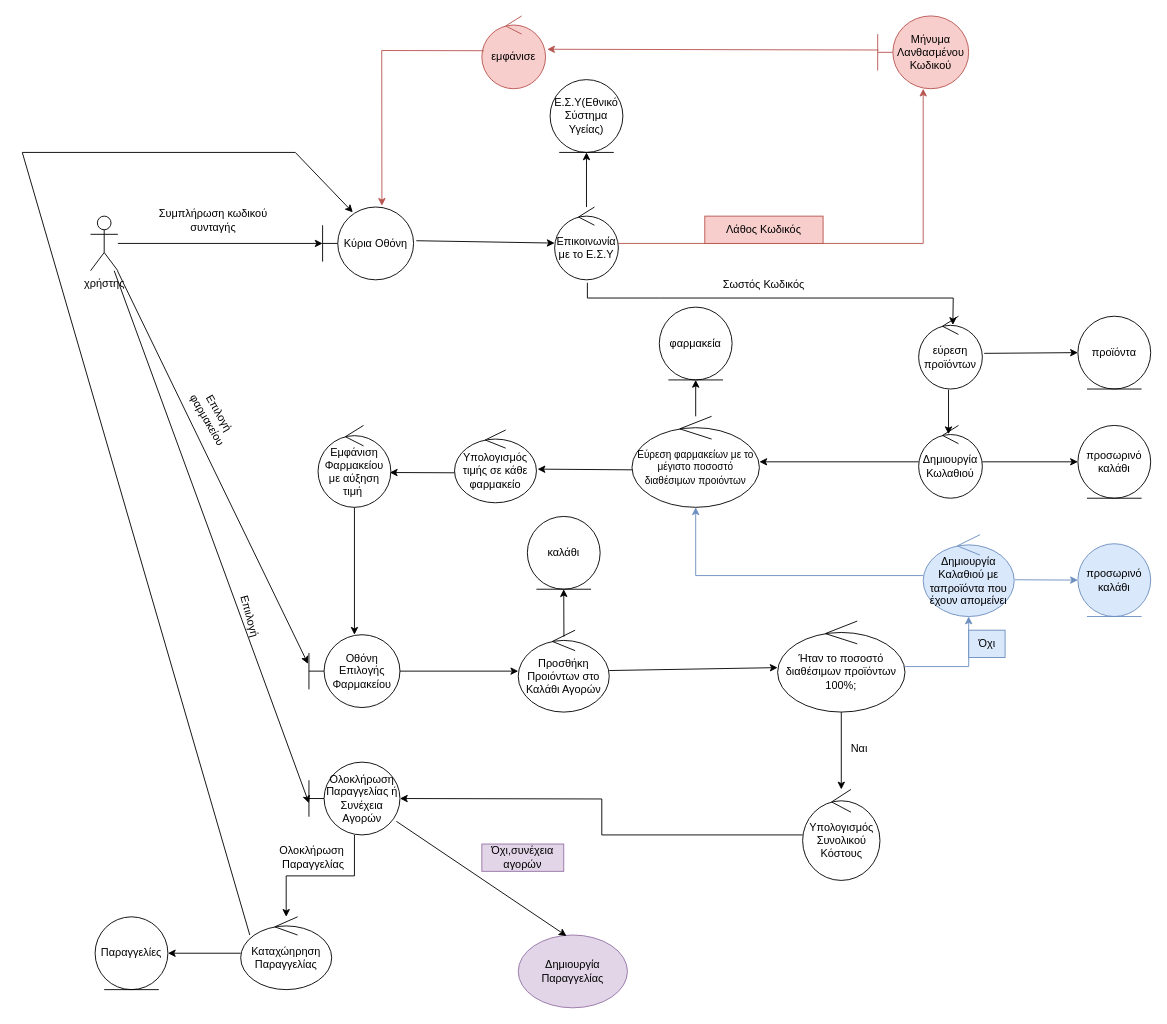
Earlier version of the draw.io diagram Παραδοτέο_4/robustness/use_case_2.drawio (Galenus-Pharmacy/GalenusPharmacies). Source tidied: cells renumbered, new cells numbered last; positions are measured from the earlier drawing's top-left corner, leaving out a move shared by most shapes. Both pictures are drawn from the tidied source at 91%, with x=0, y=0 at pixel (22, 15).
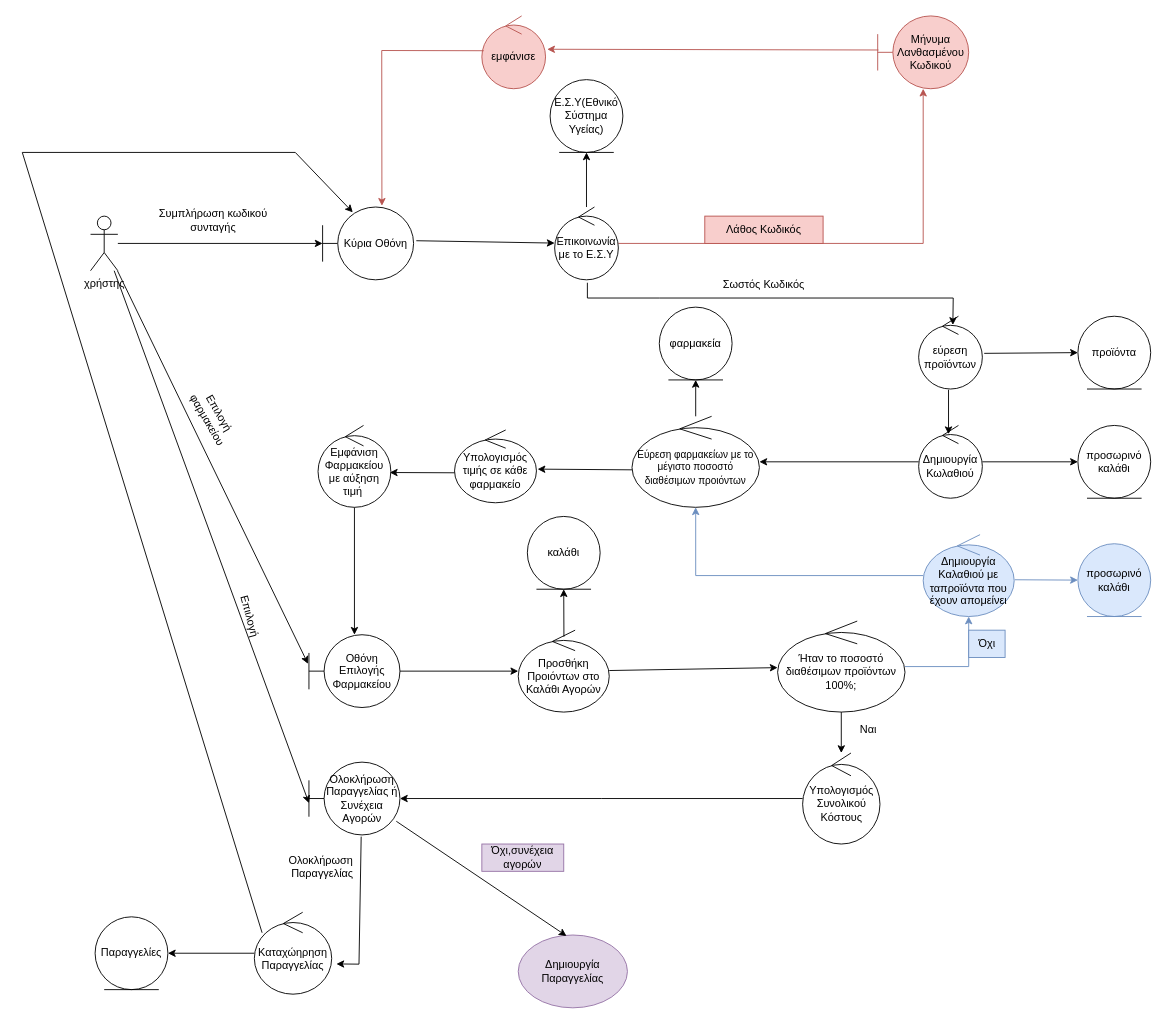
After the change.

Unchanged cells that the change refers to:
```xml
<mxCell id="47" value="Oλοκλήρωση Παραγγελίας ή Συνέχεια Αγορών" style="shape=umlBoundary;whiteSpace=wrap;html=1;" parent="1" vertex="1">
  <mxGeometry x="315" y="820" width="100" height="80" as="geometry" />
</mxCell>
```

Diff of the diagram source:
```diff
@@
     <mxCell id="33" value="Υπολογισμός Συνολικού Κόστους" style="ellipse;shape=umlControl;whiteSpace=wrap;html=1;" parent="1" vertex="1">
-      <mxGeometry x="857.5" y="850" width="85" height="100" as="geometry" />
+      <mxGeometry x="857.5" y="810" width="85" height="100" as="geometry" />
     </mxCell>
@@
     <mxCell id="36" value="Καταχώηρηση Παραγγελίας" style="ellipse;shape=umlControl;whiteSpace=wrap;html=1;" parent="1" vertex="1">
-      <mxGeometry x="240" y="990" width="100" height="80" as="geometry" />
+      <mxGeometry x="255" y="985" width="85" height="90" as="geometry" />
     </mxCell>
@@
-    <mxCell id="41" style="edgeStyle=orthogonalEdgeStyle;rounded=0;jettySize=auto;html=1;" parent="1" edge="1" source="47" target="36">
-      <mxGeometry relative="1" as="geometry" />
-    </mxCell>
     <mxCell id="42" value="Ναι" style="text;html=1;strokeColor=none;fillColor=none;align=center;verticalAlign=middle;whiteSpace=wrap;rounded=0;" parent="1" vertex="1">
-      <mxGeometry x="890" y="790" width="60" height="30" as="geometry" />
+      <mxGeometry x="900" y="770" width="60" height="30" as="geometry" />
     </mxCell>
@@
     <mxCell id="48" value="Ολοκλήρωση&amp;nbsp;&lt;br&gt;Παραγγελίας" style="text;html=1;strokeColor=none;fillColor=none;align=center;verticalAlign=middle;whiteSpace=wrap;rounded=0;" parent="1" vertex="1">
-      <mxGeometry x="290" y="910" width="60" height="30" as="geometry" />
+      <mxGeometry x="300" y="920" width="60" height="30" as="geometry" />
     </mxCell>
@@
+    <mxCell id="41" style="endArrow=classic;html=1;rounded=0;exitX=0.574;exitY=1.023;exitDx=0;exitDy=0;exitPerimeter=0;entryX=1.061;entryY=0.631;entryDx=0;entryDy=0;entryPerimeter=0;" parent="1" edge="1" source="47" target="36">
+      <mxGeometry relative="1" as="geometry">
+        <Array as="points">
+          <mxPoint x="370" y="1042" />
+        </Array>
+      </mxGeometry>
+    </mxCell>
```
